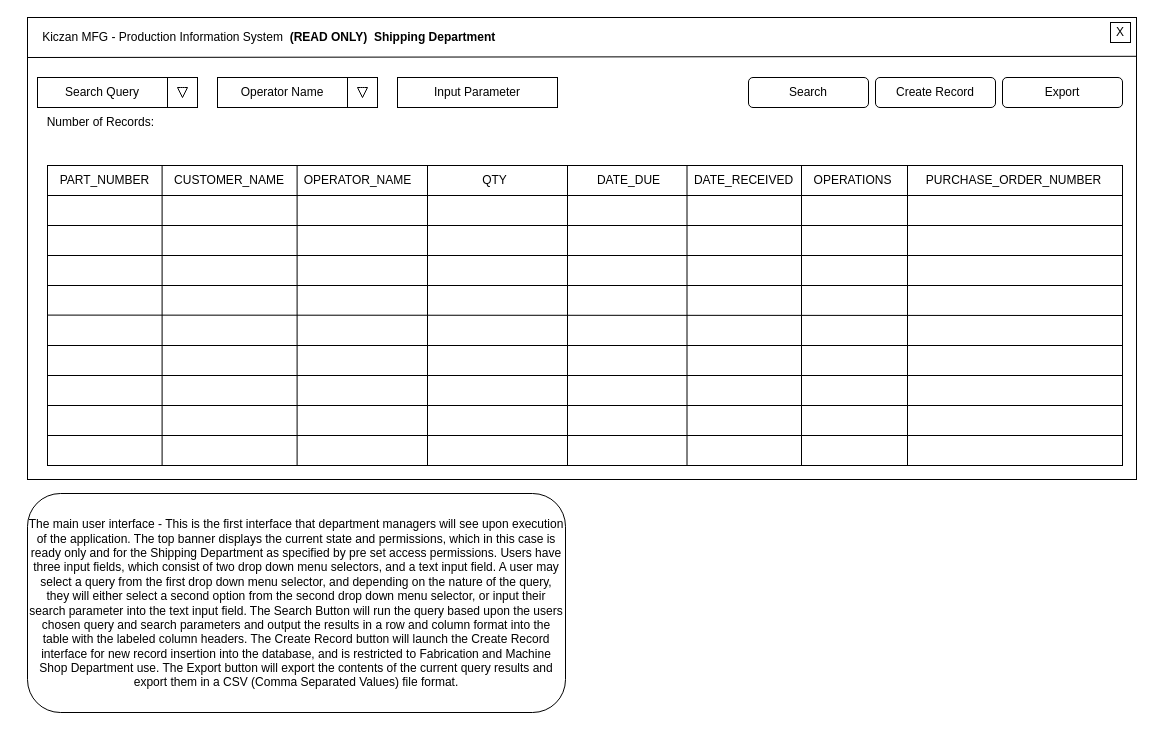
Before: Main User Interface Wireframe (READONLY).drawio in JrST90/Team2CapstoneProject, a draw.io diagram. Source tidied: cells renumbered, new cells numbered last; positions are measured from the earlier drawing's top-left corner, leaving out a move shared by most shapes. Both pictures are drawn from the tidied source at 100%, with x=0, y=0 at pixel (17, 17).
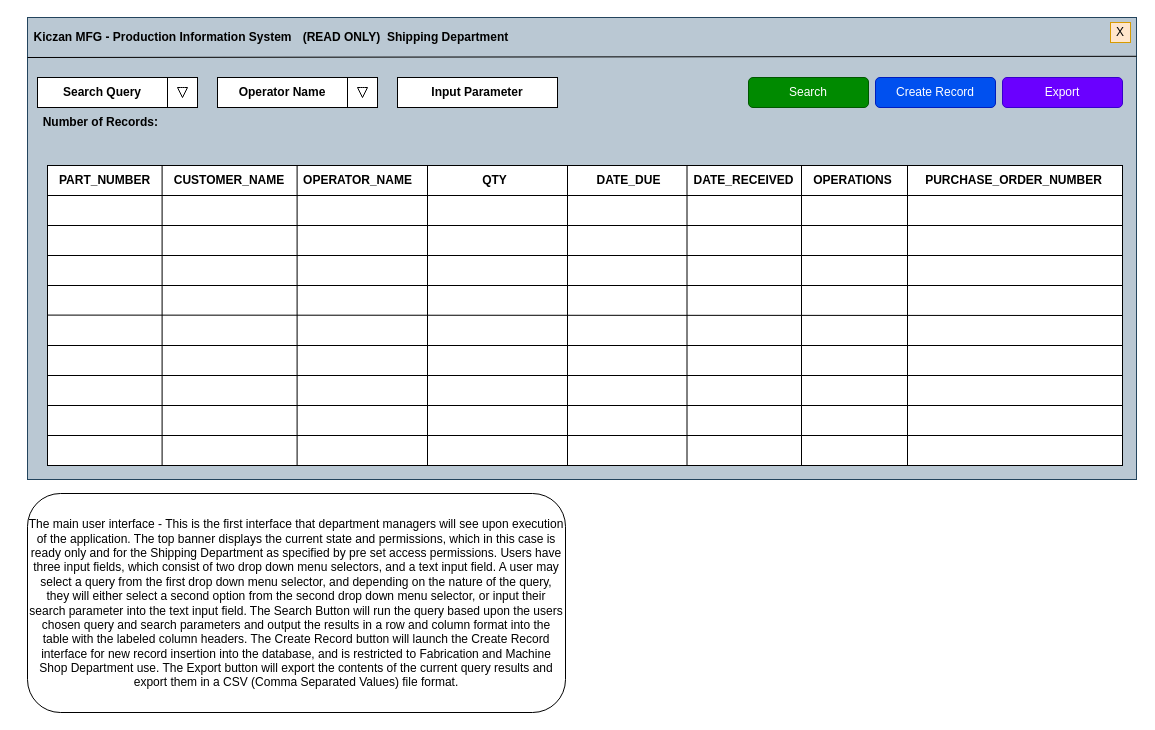
The same page after the edit.

What changed in the source:
```diff
@@
-    <mxCell id="2" style="rounded=0;whiteSpace=wrap;html=1;" parent="1" vertex="1">
+    <mxCell id="2" style="rounded=0;whiteSpace=wrap;html=1;fillColor=#bac8d3;strokeColor=#23445d;" parent="1" vertex="1">
       <mxGeometry x="10" width="1109" height="462" as="geometry" />
     </mxCell>
@@
-    <mxCell id="4" value="X" style="whiteSpace=wrap;html=1;" parent="1" vertex="1">
+    <mxCell id="4" value="X" style="whiteSpace=wrap;html=1;fillColor=#ffe6cc;strokeColor=#d79b00;" parent="1" vertex="1">
       <mxGeometry x="1093" y="5" width="20" height="20" as="geometry" />
     </mxCell>
-    <mxCell id="5" value="Kiczan MFG - Production Information System" style="text;html=1;whiteSpace=wrap;strokeColor=none;fillColor=none;align=center;verticalAlign=middle;rounded=0;" parent="1" vertex="1">
+    <mxCell id="5" value="Kiczan MFG - Production Information System" style="text;html=1;whiteSpace=wrap;strokeColor=none;fillColor=none;align=center;verticalAlign=middle;rounded=0;fontStyle=1;" parent="1" vertex="1">
       <mxGeometry x="10" y="5" width="271" height="30" as="geometry" />
     </mxCell>
@@
-    <mxCell id="8" value="Input Parameter" style="rounded=0;whiteSpace=wrap;html=1;" parent="1" vertex="1">
+    <mxCell id="8" value="Input Parameter" style="rounded=0;whiteSpace=wrap;html=1;fontStyle=1;" parent="1" vertex="1">
       <mxGeometry x="380" y="60" width="160" height="30" as="geometry" />
     </mxCell>
-    <mxCell id="9" value="Search" style="rounded=1;whiteSpace=wrap;html=1;" parent="1" vertex="1">
+    <mxCell id="9" value="Search" style="rounded=1;whiteSpace=wrap;html=1;fillColor=#008a00;strokeColor=#005700;fontColor=#ffffff;" parent="1" vertex="1">
       <mxGeometry x="731" y="60" width="120" height="30" as="geometry" />
     </mxCell>
-    <mxCell id="10" value="Search Query" style="text;html=1;whiteSpace=wrap;strokeColor=none;fillColor=none;align=center;verticalAlign=middle;rounded=0;" parent="1" vertex="1">
+    <mxCell id="10" value="Search Query" style="text;html=1;whiteSpace=wrap;strokeColor=none;fillColor=none;align=center;verticalAlign=middle;rounded=0;fontStyle=1;" parent="1" vertex="1">
       <mxGeometry x="40" y="60" width="90" height="30" as="geometry" />
     </mxCell>
@@
-    <mxCell id="14" value="Operator Name" style="text;html=1;whiteSpace=wrap;strokeColor=none;fillColor=none;align=center;verticalAlign=middle;rounded=0;" parent="1" vertex="1">
+    <mxCell id="14" value="Operator Name" style="text;html=1;whiteSpace=wrap;strokeColor=none;fillColor=none;align=center;verticalAlign=middle;rounded=0;fontStyle=1;" parent="1" vertex="1">
       <mxGeometry x="190" y="60" width="150" height="30" as="geometry" />
     </mxCell>
@@
-    <mxCell id="30" value="Number of Records:&amp;nbsp;" style="text;html=1;whiteSpace=wrap;strokeColor=none;fillColor=none;align=center;verticalAlign=middle;rounded=0;" parent="1" vertex="1">
+    <mxCell id="30" value="&lt;b&gt;Number of Records:&amp;nbsp;&lt;/b&gt;" style="text;html=1;whiteSpace=wrap;strokeColor=none;fillColor=none;align=center;verticalAlign=middle;rounded=0;" parent="1" vertex="1">
       <mxGeometry y="90" width="170" height="30" as="geometry" />
     </mxCell>
-    <mxCell id="31" value="Create Record" style="rounded=1;whiteSpace=wrap;html=1;" parent="1" vertex="1">
+    <mxCell id="31" value="Create Record" style="rounded=1;whiteSpace=wrap;html=1;fillColor=#0050ef;fontColor=#ffffff;strokeColor=#001DBC;" parent="1" vertex="1">
       <mxGeometry x="858" y="60" width="120" height="30" as="geometry" />
     </mxCell>
-    <mxCell id="32" value="PART_NUMBER" style="text;html=1;whiteSpace=wrap;strokeColor=none;fillColor=none;align=center;verticalAlign=middle;rounded=0;" parent="1" vertex="1">
+    <mxCell id="32" value="PART_NUMBER" style="text;html=1;whiteSpace=wrap;strokeColor=none;fillColor=none;align=center;verticalAlign=middle;rounded=0;fontStyle=1;" parent="1" vertex="1">
       <mxGeometry x="36" y="148" width="103" height="30" as="geometry" />
     </mxCell>
-    <mxCell id="33" value="CUSTOMER_NAME" style="text;html=1;whiteSpace=wrap;strokeColor=none;fillColor=none;align=center;verticalAlign=middle;rounded=0;" parent="1" vertex="1">
+    <mxCell id="33" value="CUSTOMER_NAME" style="text;html=1;whiteSpace=wrap;strokeColor=none;fillColor=none;align=center;verticalAlign=middle;rounded=0;fontStyle=1;" parent="1" vertex="1">
       <mxGeometry x="150" y="148" width="124" height="30" as="geometry" />
     </mxCell>
-    <mxCell id="34" value="OPERATOR_NAME" style="text;html=1;whiteSpace=wrap;strokeColor=none;fillColor=none;align=center;verticalAlign=middle;rounded=0;" parent="1" vertex="1">
+    <mxCell id="34" value="OPERATOR_NAME" style="text;html=1;whiteSpace=wrap;strokeColor=none;fillColor=none;align=center;verticalAlign=middle;rounded=0;fontStyle=1;" parent="1" vertex="1">
       <mxGeometry x="285" y="148" width="111" height="30" as="geometry" />
     </mxCell>
-    <mxCell id="35" value="QTY" style="text;html=1;whiteSpace=wrap;strokeColor=none;fillColor=none;align=center;verticalAlign=middle;rounded=0;" parent="1" vertex="1">
+    <mxCell id="35" value="QTY" style="text;html=1;whiteSpace=wrap;strokeColor=none;fillColor=none;align=center;verticalAlign=middle;rounded=0;fontStyle=1;" parent="1" vertex="1">
       <mxGeometry x="426" y="148" width="103" height="30" as="geometry" />
     </mxCell>
-    <mxCell id="36" value="DATE_DUE" style="text;html=1;whiteSpace=wrap;strokeColor=none;fillColor=none;align=center;verticalAlign=middle;rounded=0;" parent="1" vertex="1">
+    <mxCell id="36" value="DATE_DUE" style="text;html=1;whiteSpace=wrap;strokeColor=none;fillColor=none;align=center;verticalAlign=middle;rounded=0;fontStyle=1;" parent="1" vertex="1">
       <mxGeometry x="560" y="148" width="103" height="30" as="geometry" />
     </mxCell>
-    <mxCell id="37" value="DATE_RECEIVED" style="text;html=1;whiteSpace=wrap;strokeColor=none;fillColor=none;align=center;verticalAlign=middle;rounded=0;" parent="1" vertex="1">
+    <mxCell id="37" value="DATE_RECEIVED" style="text;html=1;whiteSpace=wrap;strokeColor=none;fillColor=none;align=center;verticalAlign=middle;rounded=0;fontStyle=1;" parent="1" vertex="1">
       <mxGeometry x="675" y="148" width="103" height="30" as="geometry" />
     </mxCell>
-    <mxCell id="38" value="OPERATIONS" style="text;html=1;whiteSpace=wrap;strokeColor=none;fillColor=none;align=center;verticalAlign=middle;rounded=0;" parent="1" vertex="1">
+    <mxCell id="38" value="OPERATIONS" style="text;html=1;whiteSpace=wrap;strokeColor=none;fillColor=none;align=center;verticalAlign=middle;rounded=0;fontStyle=1;" parent="1" vertex="1">
       <mxGeometry x="784" y="148" width="103" height="30" as="geometry" />
     </mxCell>
-    <mxCell id="39" value="PURCHASE_ORDER_NUMBER" style="text;html=1;whiteSpace=wrap;strokeColor=none;fillColor=none;align=center;verticalAlign=middle;rounded=0;" parent="1" vertex="1">
+    <mxCell id="39" value="PURCHASE_ORDER_NUMBER" style="text;html=1;whiteSpace=wrap;strokeColor=none;fillColor=none;align=center;verticalAlign=middle;rounded=0;fontStyle=1;" parent="1" vertex="1">
       <mxGeometry x="897" y="148" width="199" height="30" as="geometry" />
     </mxCell>
@@
-    <mxCell id="43" value="Export" style="rounded=1;whiteSpace=wrap;html=1;" parent="1" vertex="1">
+    <mxCell id="43" value="Export" style="rounded=1;whiteSpace=wrap;html=1;fillColor=#6a00ff;fontColor=#ffffff;strokeColor=#3700CC;" parent="1" vertex="1">
       <mxGeometry x="985" y="60" width="120" height="30" as="geometry" />
     </mxCell>
     <mxCell id="44" value="&lt;b&gt;(READ ONLY)&amp;nbsp; Shipping Department&lt;/b&gt;" style="text;html=1;whiteSpace=wrap;strokeColor=none;fillColor=none;align=center;verticalAlign=middle;rounded=0;" parent="1" vertex="1">
-      <mxGeometry x="270" y="5" width="211" height="30" as="geometry" />
+      <mxGeometry x="283" y="5" width="211" height="30" as="geometry" />
     </mxCell>
```
